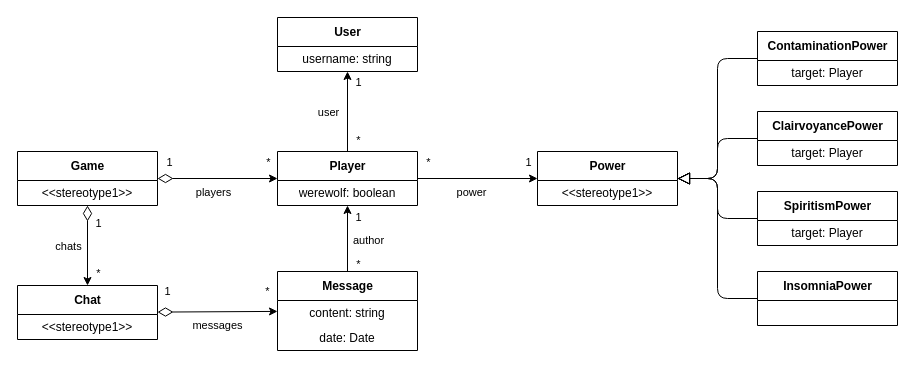
Earlier version of the draw.io diagram documentation/server/classe_analyse_global.drawio (gfhuth/werewolf). Source tidied: cells renumbered, new cells numbered last; positions are measured from the earlier drawing's top-left corner, leaving out a move shared by most shapes. Both pictures are drawn from the tidied source at 100%, with x=0, y=0 at pixel (17, 17).
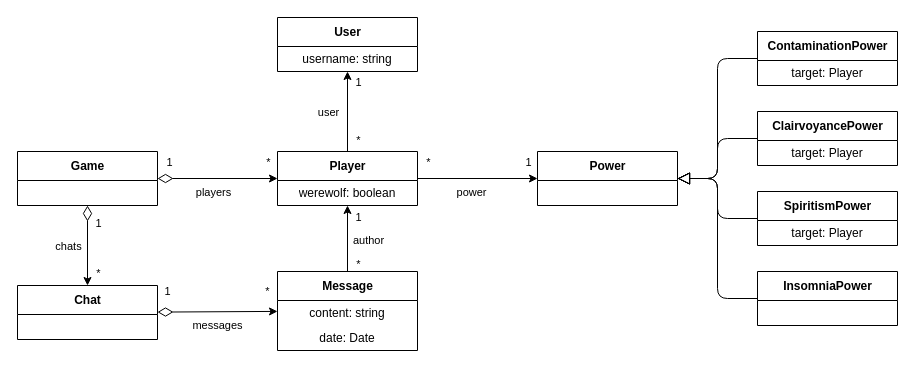
Above is the later version.

The change refers to these unchanged cells:
```xml
<mxCell id="10" value="Game" style="swimlane;fontStyle=1;align=center;verticalAlign=middle;horizontal=1;startSize=29;html=1;" parent="1" vertex="1">
  <mxGeometry y="134" width="140" height="54" as="geometry" />
</mxCell>
<mxCell id="24" value="Power" style="swimlane;fontStyle=1;align=center;verticalAlign=middle;horizontal=1;startSize=29;html=1;fillColor=default;" parent="1" vertex="1">
  <mxGeometry x="520" y="134" width="140" height="54" as="geometry" />
</mxCell>
<mxCell id="41" value="Chat" style="swimlane;fontStyle=1;align=center;verticalAlign=middle;horizontal=1;startSize=29;html=1;fillColor=default;" parent="1" vertex="1">
  <mxGeometry y="268" width="140" height="54" as="geometry" />
</mxCell>
```

Change to the diagram source:
```diff
@@
-    <mxCell id="11" value="&amp;lt;&amp;lt;stereotype1&amp;gt;&amp;gt;" style="text;html=1;strokeColor=none;fillColor=none;align=center;verticalAlign=middle;spacingLeft=4;spacingRight=4;overflow=hidden;" parent="10" vertex="1">
-      <mxGeometry y="29" width="140" height="25" as="geometry" />
-    </mxCell>
@@
-    <mxCell id="25" value="&amp;lt;&amp;lt;stereotype1&amp;gt;&amp;gt;" style="text;html=1;strokeColor=none;fillColor=none;align=center;verticalAlign=middle;spacingLeft=4;spacingRight=4;overflow=hidden;" parent="24" vertex="1">
-      <mxGeometry y="29" width="140" height="25" as="geometry" />
-    </mxCell>
@@
-    <mxCell id="42" value="&amp;lt;&amp;lt;stereotype1&amp;gt;&amp;gt;" style="text;html=1;strokeColor=none;fillColor=none;align=center;verticalAlign=middle;spacingLeft=4;spacingRight=4;overflow=hidden;" parent="41" vertex="1">
-      <mxGeometry y="29" width="140" height="25" as="geometry" />
-    </mxCell>
```
